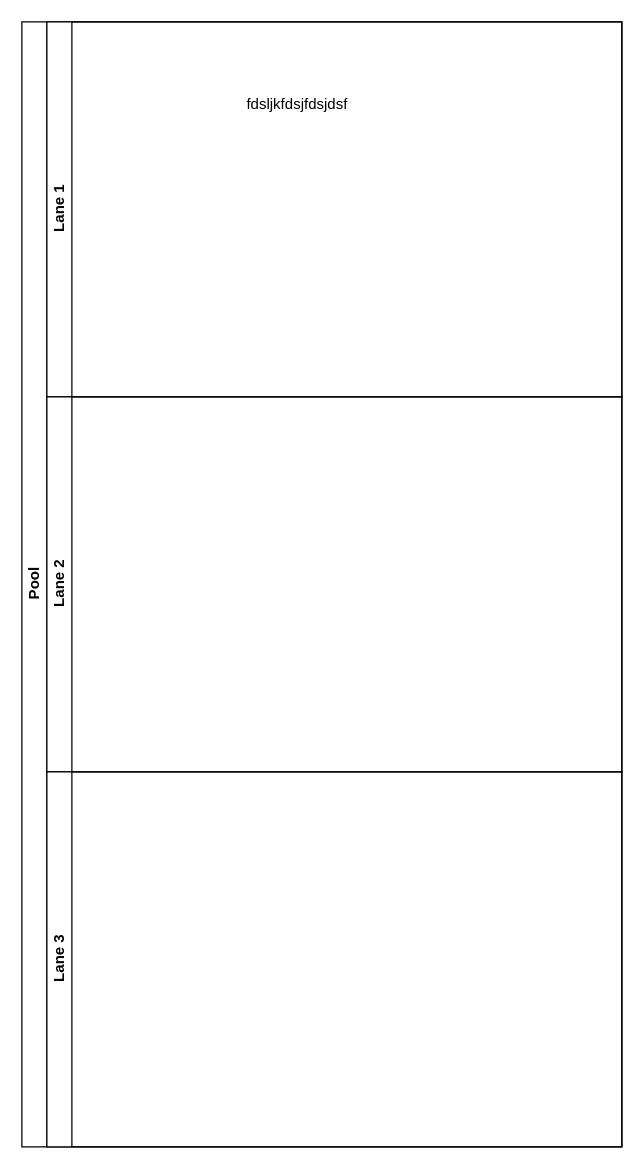
Earlier version of the draw.io diagram Practica1_UML.drawio (alprezz/Practica1_SI). Source tidied: cells renumbered, new cells numbered last; positions are measured from the earlier drawing's top-left corner, leaving out a move shared by most shapes. Both pictures are drawn from the tidied source at 125%, with x=0, y=0 at pixel (21, 21).
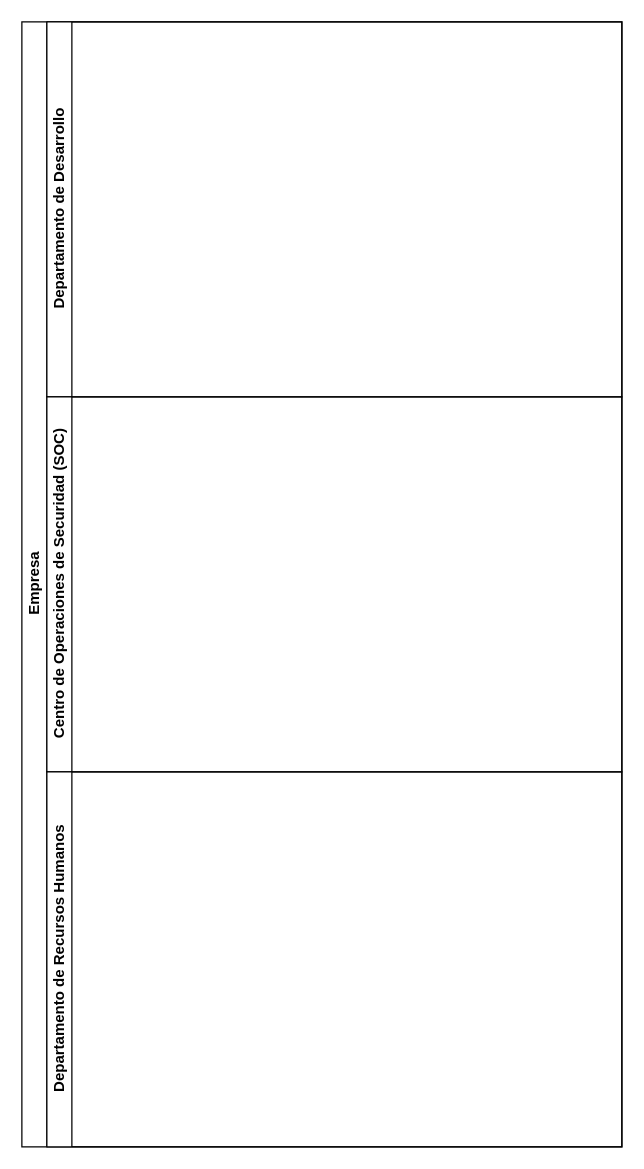
The same diagram, later.

The edit, as a diff of the source:
```diff
@@
 <mxGraphModel>
   <root>
     <mxCell id="0" />
     <mxCell id="1" parent="0" />
-    <mxCell id="2" value="Pool" style="swimlane;horizontal=0;startSize=20;html=1;" parent="1" vertex="1">
+    <mxCell id="2" value="Empresa" style="swimlane;horizontal=0;startSize=20;html=1;" parent="1" vertex="1">
       <mxGeometry width="480" height="900" as="geometry" />
     </mxCell>
-    <mxCell id="3" value="Lane 1" style="swimlane;startSize=20;horizontal=0;html=1;" parent="2" vertex="1">
+    <mxCell id="3" value="Departamento de Desarrollo" style="swimlane;startSize=20;horizontal=0;html=1;" parent="2" vertex="1">
       <mxGeometry x="20" width="460" height="300" as="geometry" />
     </mxCell>
-    <mxCell id="4" value="Lane 2" style="swimlane;startSize=20;horizontal=0;html=1;" parent="2" vertex="1">
+    <mxCell id="4" value="Centro de Operaciones de Securidad (SOC)" style="swimlane;startSize=20;horizontal=0;html=1;" parent="2" vertex="1">
       <mxGeometry x="20" y="300" width="460" height="300" as="geometry" />
     </mxCell>
-    <mxCell id="5" value="Lane 3" style="swimlane;startSize=20;horizontal=0;html=1;" parent="2" vertex="1">
+    <mxCell id="5" value="Departamento de Recursos Humanos" style="swimlane;startSize=20;horizontal=0;html=1;" parent="2" vertex="1">
       <mxGeometry x="20" y="600" width="460" height="300" as="geometry" />
     </mxCell>
-    <mxCell id="6" value="&lt;div&gt;fdsljkfdsjfdsjdsf&lt;/div&gt;&lt;div&gt;&lt;br&gt;&lt;/div&gt;" style="text;html=1;align=center;verticalAlign=middle;strokeColor=none;fillColor=none;" parent="1" vertex="1">
-      <mxGeometry x="170" y="53" width="100" height="40" as="geometry" />
-    </mxCell>
   </root>
 </mxGraphModel>
```
